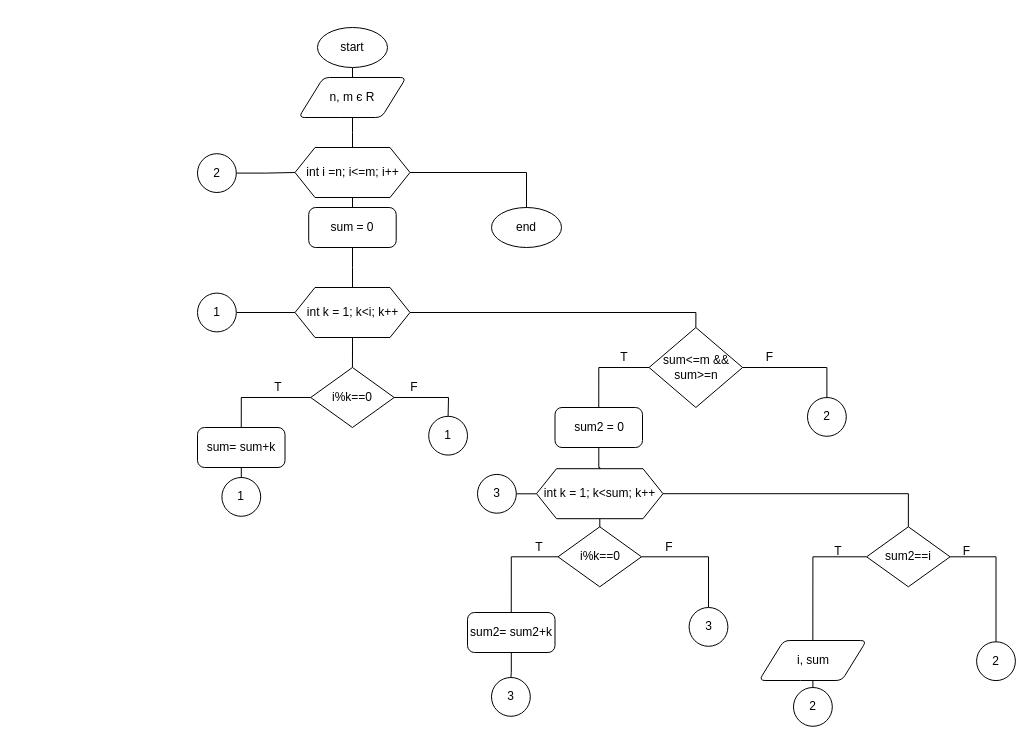
allmallino/ads-zavarzin-kp12 keeps this draw.io diagram as page "Завдання 2" (2 of 2) of Lab1/Блок - схема.drawio. Above is the earlier version. Source tidied: cells renumbered, new cells numbered last; positions are measured from the earlier drawing's top-left corner, leaving out a move shared by most shapes. Both pictures are drawn from the tidied source at 100%, with x=0, y=0 at pixel (197, 27).
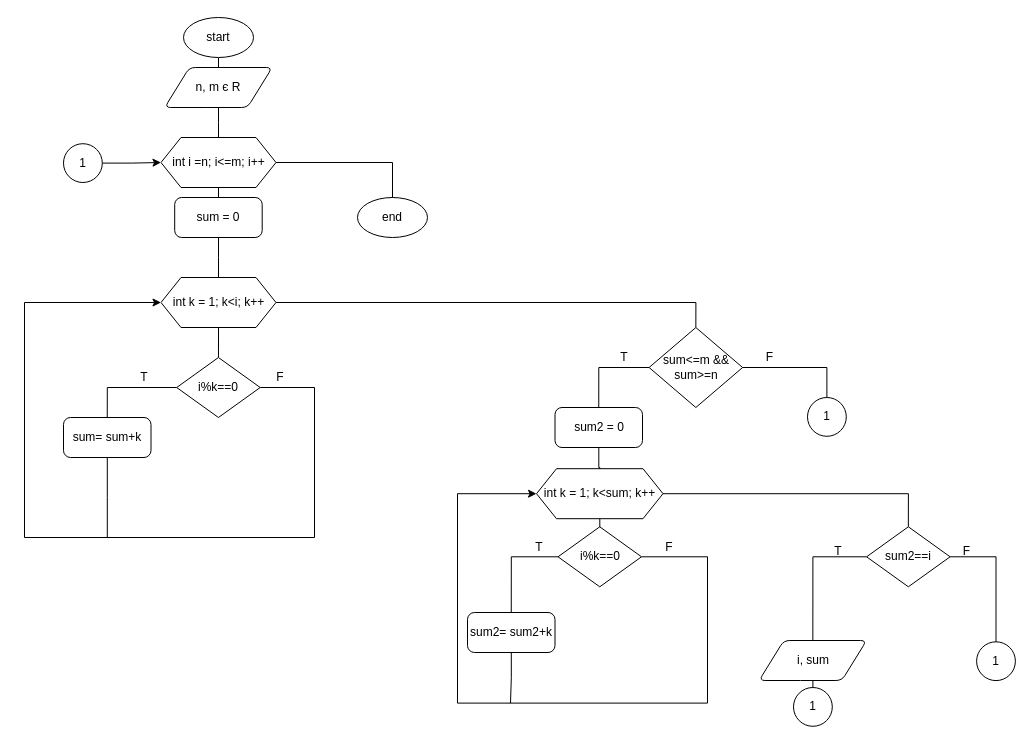
Above is the later version.

Unchanged cells that the change refers to:
```xml
<mxCell id="28" value="sum&amp;lt;=m &amp;amp;&amp;amp; sum&amp;gt;=n" style="strokeWidth=1;html=1;shape=mxgraph.flowchart.decision;whiteSpace=wrap;" parent="1" vertex="1">
  <mxGeometry x="451.6" y="300" width="93.5" height="80" as="geometry" />
</mxCell>
<mxCell id="39" value="int k = 1; k&amp;lt;sum; k++" style="shape=hexagon;perimeter=hexagonPerimeter2;whiteSpace=wrap;html=1;fixedSize=1;strokeWidth=1;" parent="1" vertex="1">
  <mxGeometry x="339" y="441.2" width="126.5" height="50" as="geometry" />
</mxCell>
<mxCell id="42" value="i%k==0" style="strokeWidth=1;html=1;shape=mxgraph.flowchart.decision;whiteSpace=wrap;" parent="1" vertex="1">
  <mxGeometry x="360.5" y="499.3" width="83.5" height="60" as="geometry" />
</mxCell>
<mxCell id="46" value="sum2= sum2+k" style="rounded=1;whiteSpace=wrap;html=1;absoluteArcSize=1;arcSize=14;strokeWidth=1;" parent="1" vertex="1">
  <mxGeometry x="270" y="585" width="87.5" height="40" as="geometry" />
</mxCell>
```

The edit, as a diff of the source:
```diff
@@
     <mxCell id="3" value="start" style="strokeWidth=1;html=1;shape=mxgraph.flowchart.start_1;whiteSpace=wrap;" parent="1" vertex="1">
-      <mxGeometry x="120" width="70" height="40" as="geometry" />
+      <mxGeometry x="-14" y="-10" width="70" height="40" as="geometry" />
     </mxCell>
     <mxCell id="4" style="edgeStyle=orthogonalEdgeStyle;rounded=0;jettySize=auto;html=1;endArrow=none;endFill=0;" parent="1" edge="1" source="5" target="9">
       <mxGeometry relative="1" as="geometry">
         <Array as="points">
-          <mxPoint x="155" y="105" />
-          <mxPoint x="155" y="105" />
+          <mxPoint x="21" y="95" />
+          <mxPoint x="21" y="95" />
         </Array>
       </mxGeometry>
     </mxCell>
     <mxCell id="5" value="n, m є R" style="shape=parallelogram;html=1;strokeWidth=1;perimeter=parallelogramPerimeter;whiteSpace=wrap;rounded=1;arcSize=12;size=0.23;" parent="1" vertex="1">
-      <mxGeometry x="101.2" y="50" width="107.5" height="40" as="geometry" />
+      <mxGeometry x="-32.8" y="40" width="107.5" height="40" as="geometry" />
     </mxCell>
     <mxCell id="6" value="end" style="strokeWidth=1;html=1;shape=mxgraph.flowchart.start_1;whiteSpace=wrap;" parent="1" vertex="1">
-      <mxGeometry x="294" y="180" width="70" height="40" as="geometry" />
+      <mxGeometry x="160" y="170" width="70" height="40" as="geometry" />
     </mxCell>
@@
     <mxCell id="9" value="int i =n; i&amp;lt;=m; i++" style="shape=hexagon;perimeter=hexagonPerimeter2;whiteSpace=wrap;html=1;fixedSize=1;strokeWidth=1;" parent="1" vertex="1">
-      <mxGeometry x="97.5" y="120" width="115" height="50" as="geometry" />
+      <mxGeometry x="-36.5" y="110" width="115" height="50" as="geometry" />
     </mxCell>
@@
     <mxCell id="12" style="edgeStyle=orthogonalEdgeStyle;rounded=0;jettySize=auto;html=1;endArrow=none;endFill=0;entryX=0.5;entryY=0;entryDx=0;entryDy=0;entryPerimeter=0;" parent="1" edge="1" source="13" target="28">
       <mxGeometry relative="1" as="geometry">
         <Array as="points">
-          <mxPoint x="498" y="285" />
+          <mxPoint x="498" y="275" />
         </Array>
       </mxGeometry>
     </mxCell>
     <mxCell id="13" value="int k = 1; k&amp;lt;i; k++" style="shape=hexagon;perimeter=hexagonPerimeter2;whiteSpace=wrap;html=1;fixedSize=1;strokeWidth=1;" parent="1" vertex="1">
-      <mxGeometry x="97.5" y="260" width="115" height="50" as="geometry" />
+      <mxGeometry x="-36.5" y="250" width="115" height="50" as="geometry" />
     </mxCell>
-    <mxCell id="14" style="edgeStyle=orthogonalEdgeStyle;rounded=0;jettySize=auto;html=1;endArrow=none;endFill=0;" parent="1" edge="1" source="16" target="23">
+    <mxCell id="14" style="edgeStyle=orthogonalEdgeStyle;rounded=0;jettySize=auto;html=1;endArrow=classic;endFill=1;entryX=0;entryY=0.5;entryDx=0;entryDy=0;" parent="1" edge="1" source="16" target="13">
       <mxGeometry relative="1" as="geometry">
         <Array as="points">
-          <mxPoint x="251" y="370" />
+          <mxPoint x="117" y="360" />
+          <mxPoint x="117" y="510" />
+          <mxPoint x="-173" y="510" />
+          <mxPoint x="-173" y="275" />
         </Array>
       </mxGeometry>
     </mxCell>
     <mxCell id="15" style="edgeStyle=orthogonalEdgeStyle;rounded=0;jettySize=auto;html=1;entryX=0.5;entryY=0;entryDx=0;entryDy=0;endArrow=none;endFill=0;" parent="1" edge="1" source="16" target="21">
       <mxGeometry relative="1" as="geometry">
         <Array as="points">
-          <mxPoint x="44" y="370" />
+          <mxPoint x="-90" y="360" />
         </Array>
       </mxGeometry>
     </mxCell>
     <mxCell id="16" value="i%k==0" style="strokeWidth=1;html=1;shape=mxgraph.flowchart.decision;whiteSpace=wrap;" parent="1" vertex="1">
-      <mxGeometry x="113.2" y="340" width="83.5" height="60" as="geometry" />
+      <mxGeometry x="-20.8" y="330" width="83.5" height="60" as="geometry" />
     </mxCell>
     <mxCell id="17" value="F" style="text;html=1;strokeColor=none;fillColor=none;align=center;verticalAlign=middle;whiteSpace=wrap;rounded=0;" parent="1" vertex="1">
-      <mxGeometry x="196.8" y="350" width="40" height="20" as="geometry" />
+      <mxGeometry x="62.8" y="340" width="40" height="20" as="geometry" />
     </mxCell>
     <mxCell id="18" value="T" style="text;html=1;strokeColor=none;fillColor=none;align=center;verticalAlign=middle;whiteSpace=wrap;rounded=0;" parent="1" vertex="1">
-      <mxGeometry x="61.2" y="350" width="40" height="20" as="geometry" />
+      <mxGeometry x="-72.8" y="340" width="40" height="20" as="geometry" />
     </mxCell>
     <mxCell id="19" value="sum = 0" style="rounded=1;whiteSpace=wrap;html=1;absoluteArcSize=1;arcSize=14;strokeWidth=1;" parent="1" vertex="1">
-      <mxGeometry x="111.2" y="180" width="87.5" height="40" as="geometry" />
+      <mxGeometry x="-22.8" y="170" width="87.5" height="40" as="geometry" />
     </mxCell>
-    <mxCell id="20" style="edgeStyle=orthogonalEdgeStyle;rounded=0;jettySize=auto;html=1;endArrow=none;endFill=0;" parent="1" edge="1" source="21" target="22">
-      <mxGeometry relative="1" as="geometry" />
-    </mxCell>
+    <mxCell id="59" style="edgeStyle=orthogonalEdgeStyle;rounded=0;jettySize=auto;html=1;endArrow=none;endFill=0;" parent="1" edge="1" source="21">
+      <mxGeometry relative="1" as="geometry">
+        <mxPoint x="-90.2" y="510" as="targetPoint" />
+      </mxGeometry>
+    </mxCell>
     <mxCell id="21" value="sum= sum+k" style="rounded=1;whiteSpace=wrap;html=1;absoluteArcSize=1;arcSize=14;strokeWidth=1;" parent="1" vertex="1">
-      <mxGeometry y="400" width="87.5" height="40" as="geometry" />
+      <mxGeometry x="-134" y="390" width="87.5" height="40" as="geometry" />
     </mxCell>
-    <mxCell id="22" value="1" style="ellipse;whiteSpace=wrap;html=1;" parent="1" vertex="1">
-      <mxGeometry x="24.4" y="450" width="38.8" height="38.8" as="geometry" />
-    </mxCell>
-    <mxCell id="23" value="1" style="ellipse;whiteSpace=wrap;html=1;" parent="1" vertex="1">
-      <mxGeometry x="231.2" y="388.8" width="38.8" height="38.8" as="geometry" />
-    </mxCell>
-    <mxCell id="24" style="edgeStyle=orthogonalEdgeStyle;rounded=0;jettySize=auto;html=1;entryX=0;entryY=0.5;entryDx=0;entryDy=0;endArrow=none;endFill=0;" parent="1" edge="1" source="25" target="13">
-      <mxGeometry relative="1" as="geometry" />
-    </mxCell>
-    <mxCell id="25" value="1" style="ellipse;whiteSpace=wrap;html=1;" parent="1" vertex="1">
-      <mxGeometry y="265.6" width="38.8" height="38.8" as="geometry" />
-    </mxCell>
@@
-    <mxCell id="32" value="2" style="ellipse;whiteSpace=wrap;html=1;" parent="1" vertex="1">
+    <mxCell id="32" value="1" style="ellipse;whiteSpace=wrap;html=1;" parent="1" vertex="1">
       <mxGeometry x="779.1" y="614.3" width="38.8" height="38.8" as="geometry" />
     </mxCell>
-    <mxCell id="33" value="2" style="ellipse;whiteSpace=wrap;html=1;" parent="1" vertex="1">
+    <mxCell id="33" value="1" style="ellipse;whiteSpace=wrap;html=1;" parent="1" vertex="1">
       <mxGeometry x="610" y="370" width="38.8" height="38.8" as="geometry" />
     </mxCell>
-    <mxCell id="34" style="edgeStyle=orthogonalEdgeStyle;rounded=0;jettySize=auto;html=1;entryX=0;entryY=0.5;entryDx=0;entryDy=0;endArrow=none;endFill=0;" parent="1" edge="1" source="35" target="9">
+    <mxCell id="34" style="edgeStyle=orthogonalEdgeStyle;rounded=0;jettySize=auto;html=1;entryX=0;entryY=0.5;entryDx=0;entryDy=0;endArrow=classic;endFill=1;" parent="1" edge="1" source="35" target="9">
       <mxGeometry relative="1" as="geometry" />
     </mxCell>
-    <mxCell id="35" value="2" style="ellipse;whiteSpace=wrap;html=1;" parent="1" vertex="1">
-      <mxGeometry y="126.2" width="38.8" height="38.8" as="geometry" />
+    <mxCell id="35" value="1" style="ellipse;whiteSpace=wrap;html=1;" parent="1" vertex="1">
+      <mxGeometry x="-134" y="116.2" width="38.8" height="38.8" as="geometry" />
     </mxCell>
@@
-    <mxCell id="40" style="edgeStyle=orthogonalEdgeStyle;rounded=0;jettySize=auto;html=1;endArrow=none;endFill=0;" parent="1" edge="1" source="42" target="48">
-      <mxGeometry relative="1" as="geometry" />
+    <mxCell id="40" style="edgeStyle=orthogonalEdgeStyle;rounded=0;jettySize=auto;html=1;endArrow=classic;endFill=1;entryX=0;entryY=0.5;entryDx=0;entryDy=0;" parent="1" edge="1" source="42" target="39">
+      <mxGeometry relative="1" as="geometry">
+        <Array as="points">
+          <mxPoint x="510" y="529.6" />
+          <mxPoint x="510" y="675.6" />
+          <mxPoint x="260" y="675.6" />
+          <mxPoint x="260" y="466.6" />
+        </Array>
+      </mxGeometry>
     </mxCell>
@@
-    <mxCell id="45" style="edgeStyle=orthogonalEdgeStyle;rounded=0;jettySize=auto;html=1;endArrow=none;endFill=0;" parent="1" edge="1" source="46" target="47">
-      <mxGeometry relative="1" as="geometry" />
+    <mxCell id="45" style="edgeStyle=orthogonalEdgeStyle;rounded=0;jettySize=auto;html=1;endArrow=none;endFill=0;" parent="1" edge="1" source="46">
+      <mxGeometry relative="1" as="geometry">
+        <mxPoint x="313" y="675.6" as="targetPoint" />
+      </mxGeometry>
     </mxCell>
@@
-    <mxCell id="47" value="3" style="ellipse;whiteSpace=wrap;html=1;" parent="1" vertex="1">
-      <mxGeometry x="294" y="650" width="38.8" height="38.8" as="geometry" />
-    </mxCell>
-    <mxCell id="48" value="3" style="ellipse;whiteSpace=wrap;html=1;" parent="1" vertex="1">
-      <mxGeometry x="491.6" y="580" width="38.8" height="38.8" as="geometry" />
-    </mxCell>
-    <mxCell id="49" style="edgeStyle=orthogonalEdgeStyle;rounded=0;jettySize=auto;html=1;entryX=0;entryY=0.5;entryDx=0;entryDy=0;endArrow=none;endFill=0;" parent="1" edge="1" source="50" target="39">
-      <mxGeometry relative="1" as="geometry" />
-    </mxCell>
-    <mxCell id="50" value="3" style="ellipse;whiteSpace=wrap;html=1;" parent="1" vertex="1">
-      <mxGeometry x="280" y="446.9" width="38.8" height="38.8" as="geometry" />
-    </mxCell>
@@
-    <mxCell id="58" value="2" style="ellipse;whiteSpace=wrap;html=1;" parent="1" vertex="1">
+    <mxCell id="58" value="1" style="ellipse;whiteSpace=wrap;html=1;" parent="1" vertex="1">
       <mxGeometry x="596" y="660" width="38.8" height="38.8" as="geometry" />
     </mxCell>
```
